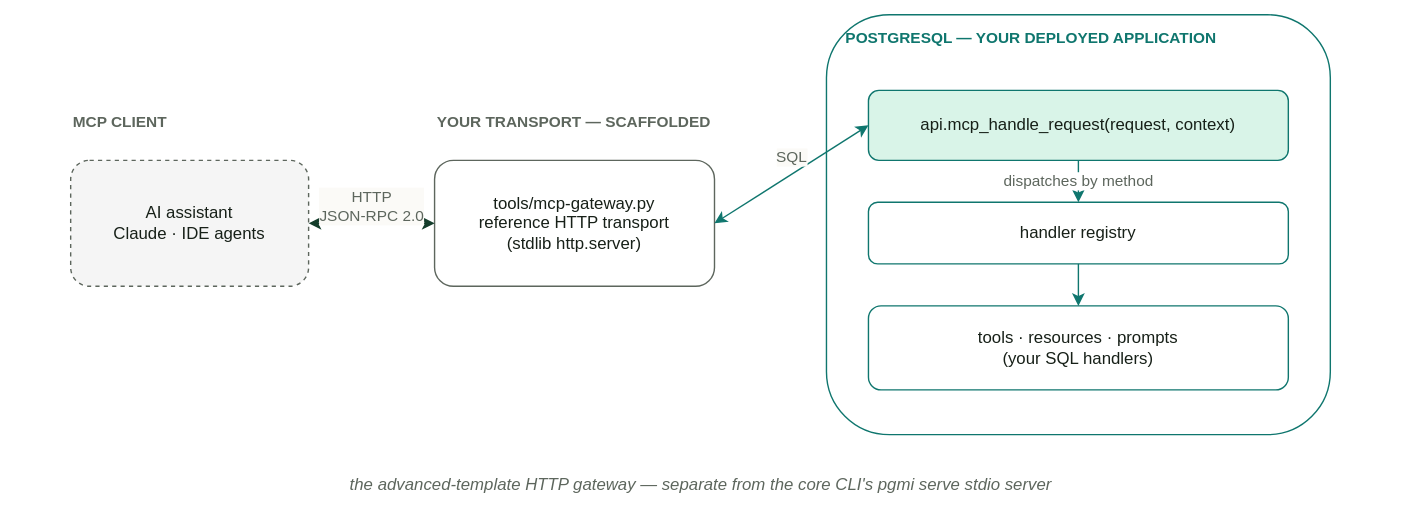
Above: docs/diagrams/d15-template-mcp-gateway.drawio.svg in vvka-141/pgmi (draw.io), before the change. Source tidied: cells renumbered, new cells last; positions are measured from the earlier drawing's top-left corner, leaving out a move shared by most shapes.
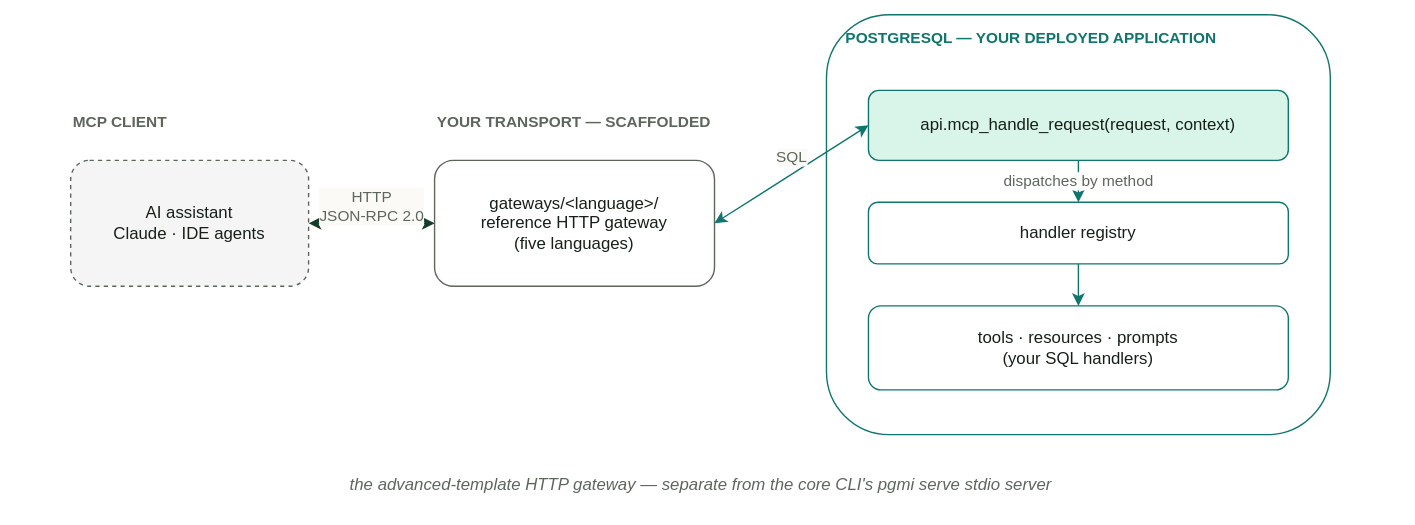
The same file after the commit.

Change to the diagram source:
```diff
@@ -11,7 +11,7 @@
     <mxCell id="4" value="YOUR TRANSPORT — SCAFFOLDED" style="text;html=1;align=left;fontStyle=1;fontSize=11;fontColor=#5d665d;" parent="1" vertex="1">
       <mxGeometry x="300" y="64" width="240" height="20" as="geometry" />
     </mxCell>
-    <mxCell id="5" value="tools/mcp-gateway.py&#10;reference HTTP transport&#10;(stdlib http.server)" style="rounded=1;whiteSpace=wrap;html=1;fillColor=#ffffff;strokeColor=#5d665d;fontColor=#172018;fontSize=12;" parent="1" vertex="1">
+    <mxCell id="5" value="gateways/&lt;language&gt;/&#10;reference HTTP gateway&#10;(five languages)" style="rounded=1;whiteSpace=wrap;html=1;fillColor=#ffffff;strokeColor=#5d665d;fontColor=#172018;fontSize=12;" parent="1" vertex="1">
       <mxGeometry x="300" y="104" width="200" height="90" as="geometry" />
     </mxCell>
     <mxCell id="6" value="POSTGRESQL — YOUR DEPLOYED APPLICATION" style="rounded=1;whiteSpace=wrap;html=1;fillColor=#ffffff;strokeColor=#0f766e;verticalAlign=top;align=left;fontStyle=1;fontSize=11;fontColor=#0f766e;spacingLeft=12;spacingTop=4;" parent="1" vertex="1">
```
